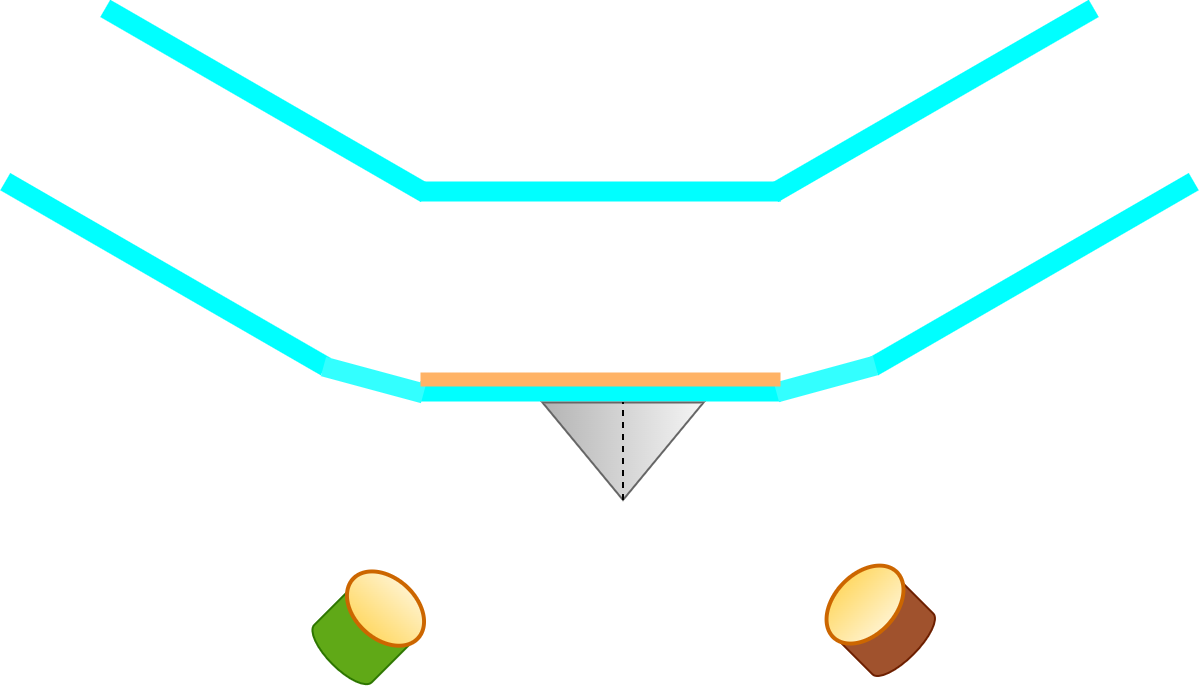
This is experiment/simulation/images/setup.png from virtual-labs/exp-protein-ligand-spr-iitkgp, a draw.io export, as it was before one commit. Source tidied: cells renumbered, new cells last; positions are measured from the earlier drawing's top-left corner, leaving out a move shared by most shapes.
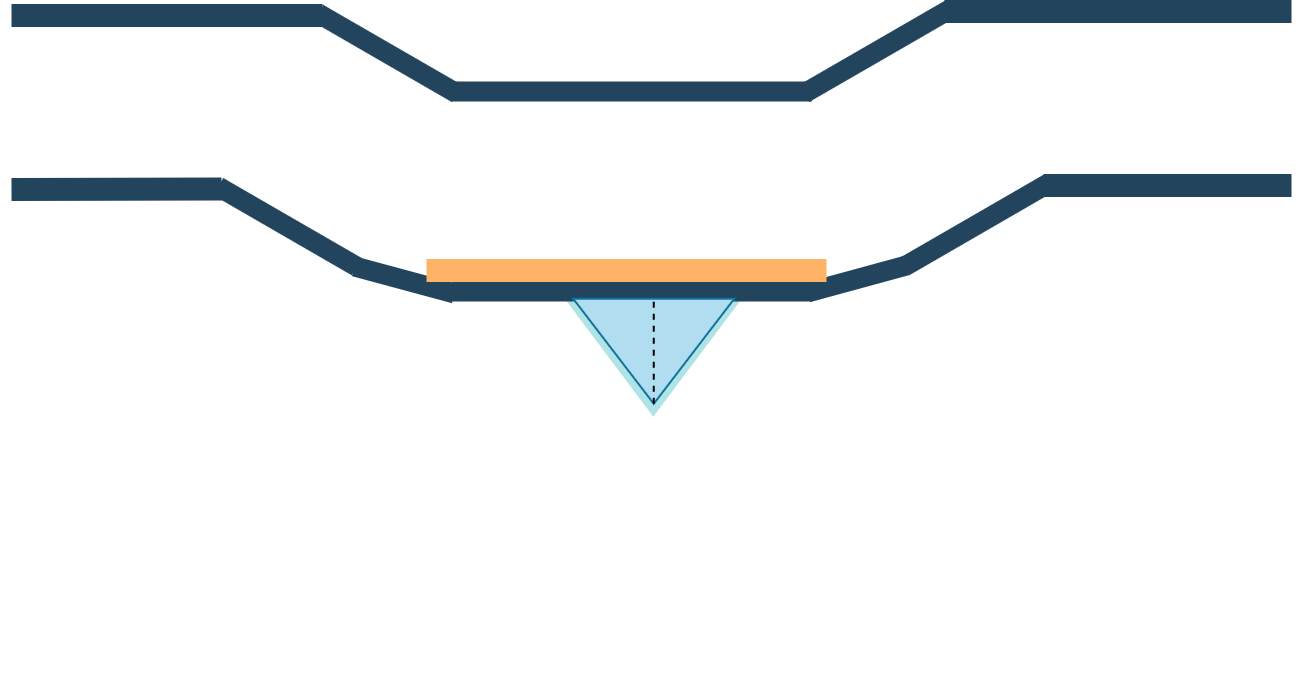
The same file after the commit.

What changed in the source:
```diff
@@ -2,56 +2,77 @@
   <root>
     <mxCell id="0" />
     <mxCell id="1" parent="0" />
+    <mxCell id="16" style="triangle;whiteSpace=wrap;html=1;rotation=90;direction=east;strokeWidth=2;fillColor=#b0e3e6;strokeColor=none;shadow=0;rounded=0;" parent="1" vertex="1">
+      <mxGeometry x="521.8" y="279.2" width="120" height="180" as="geometry" />
+    </mxCell>
-    <mxCell id="2" style="shape=partialRectangle;whiteSpace=wrap;html=1;left=0;right=0;fillColor=none;strokeWidth=20;strokeColor=#00FFFF;" parent="1" vertex="1">
+    <mxCell id="2" style="shape=partialRectangle;whiteSpace=wrap;html=1;left=0;right=0;fillColor=none;strokeWidth=20;strokeColor=#23445D;" parent="1" vertex="1">
       <mxGeometry x="390" y="104" width="340" height="200" as="geometry" />
     </mxCell>
-    <mxCell id="3" style="triangle;whiteSpace=wrap;html=1;rotation=90;direction=east;strokeWidth=2;fillColor=#f5f5f5;strokeColor=#666666;shadow=0;rounded=0;gradientColor=#B3B3B3;" parent="1" vertex="1">
-      <mxGeometry x="533.8" y="283.2" width="97.5" height="161" as="geometry" />
+    <mxCell id="3" style="triangle;whiteSpace=wrap;html=1;rotation=90;direction=east;strokeWidth=2;fillColor=#b1ddf0;strokeColor=#10739e;shadow=0;rounded=0;" parent="1" vertex="1">
+      <mxGeometry x="529.8" y="283.2" width="105" height="161" as="geometry" />
     </mxCell>
-    <mxCell id="4" style="shape=cylinder3;whiteSpace=wrap;html=1;boundedLbl=1;backgroundOutline=1;size=15;rotation=45;strokeWidth=2;fillColor=#60a917;strokeColor=#2D7600;fontColor=#ffffff;" parent="1" vertex="1">
-      <mxGeometry x="281.8" y="503" width="81.2" height="86.3" as="geometry" />
+    <mxCell id="4" style="shape=cylinder3;whiteSpace=wrap;html=1;boundedLbl=1;backgroundOutline=1;size=15;rotation=45;strokeWidth=2;fillColor=none;strokeColor=none;fontColor=#ffffff;" parent="1" vertex="1">
+      <mxGeometry x="230" y="585.4" width="81.2" height="86.3" as="geometry" />
     </mxCell>
-    <mxCell id="5" style="shape=cylinder3;whiteSpace=wrap;html=1;boundedLbl=1;backgroundOutline=1;size=15;rotation=-45;strokeWidth=2;fillColor=#a0522d;strokeColor=#6D1F00;fontColor=#ffffff;" parent="1" vertex="1">
-      <mxGeometry x="798" y="490.1" width="86" height="90" as="geometry" />
+    <mxCell id="5" style="shape=cylinder3;whiteSpace=wrap;html=1;boundedLbl=1;backgroundOutline=1;size=15;rotation=-45;strokeWidth=2;fillColor=none;strokeColor=none;fontColor=#ffffff;" parent="1" vertex="1">
+      <mxGeometry x="817.1" y="560.2" width="86" height="90" as="geometry" />
     </mxCell>
     <mxCell id="6" style="endArrow=none;html=1;rounded=0;entryX=0;entryY=0.5;entryDx=0;entryDy=0;exitX=1;exitY=0.5;exitDx=0;exitDy=0;strokeWidth=2;dashed=1;" parent="1" edge="1" source="3" target="3">
       <mxGeometry relative="1" as="geometry" />
     </mxCell>
-    <mxCell id="7" style="verticalLabelPosition=bottom;verticalAlign=top;html=1;shape=mxgraph.basic.cone;rotation=49;fillColor=none;strokeColor=none;strokeWidth=3;" parent="1" vertex="1">
-      <mxGeometry x="404.9" y="265.7" width="86.3" height="332.4" as="geometry" />
-    </mxCell>
-    <mxCell id="8" style="verticalLabelPosition=bottom;verticalAlign=top;html=1;shape=mxgraph.basic.cone;rotation=-50;fillColor=none;strokeColor=none;strokeWidth=3;" parent="1" vertex="1">
-      <mxGeometry x="674.7" y="264" width="86.3" height="332.4" as="geometry" />
-    </mxCell>
-    <mxCell id="9" style="ellipse;whiteSpace=wrap;html=1;rotation=42;fillColor=#fff2cc;strokeColor=#CC6600;gradientColor=#ffd966;strokeWidth=4;" parent="1" vertex="1">
-      <mxGeometry x="301" y="490.6" width="88" height="60.9" as="geometry" />
+    <mxCell id="9" style="ellipse;whiteSpace=wrap;html=1;rotation=42;fillColor=none;strokeColor=none;gradientColor=#ffd966;strokeWidth=4;" parent="1" vertex="1">
+      <mxGeometry x="249.2" y="573" width="88" height="60.9" as="geometry" />
     </mxCell>
-    <mxCell id="10" style="ellipse;whiteSpace=wrap;html=1;rotation=-226;fillColor=#fff2cc;strokeColor=#CC6600;gradientColor=#ffd966;strokeWidth=4;" parent="1" vertex="1">
-      <mxGeometry x="779" y="486.6" width="91" height="60.9" as="geometry" />
+    <mxCell id="10" style="ellipse;whiteSpace=wrap;html=1;rotation=-226;fillColor=none;strokeColor=none;gradientColor=#ffd966;strokeWidth=4;" parent="1" vertex="1">
+      <mxGeometry x="798" y="556.7" width="91" height="60.9" as="geometry" />
     </mxCell>
-    <mxCell id="11" style="shape=partialRectangle;whiteSpace=wrap;html=1;left=0;right=0;fillColor=none;strokeWidth=20;strokeColor=#00FFFF;rotation=30;" parent="1" vertex="1">
-      <mxGeometry width="350" height="200" as="geometry" />
+    <mxCell id="11" style="shape=partialRectangle;whiteSpace=wrap;html=1;left=0;right=0;fillColor=none;strokeWidth=20;strokeColor=#23445D;rotation=30;" parent="1" vertex="1">
+      <mxGeometry x="195.9" y="52.5" width="140" height="200" as="geometry" />
     </mxCell>
-    <mxCell id="12" style="shape=partialRectangle;whiteSpace=wrap;html=1;left=0;right=0;fillColor=none;strokeWidth=20;strokeColor=#00FFFF;rotation=-210;" parent="1" vertex="1">
-      <mxGeometry x="768" width="350" height="200" as="geometry" />
+    <mxCell id="12" style="shape=partialRectangle;whiteSpace=wrap;html=1;left=0;right=0;fillColor=none;strokeWidth=20;strokeColor=#23445D;rotation=-210;" parent="1" vertex="1">
+      <mxGeometry x="781.5" y="50.5" width="148" height="200" as="geometry" />
     </mxCell>
-    <mxCell id="13" style="endArrow=none;html=1;rounded=0;strokeWidth=20;strokeColor=#33FFFF;entryX=0;entryY=1;entryDx=0;entryDy=0;" parent="1" edge="1">
+    <mxCell id="13" style="endArrow=none;html=1;rounded=0;strokeWidth=20;strokeColor=#23445D;entryX=0;entryY=1;entryDx=0;entryDy=0;" parent="1" edge="1">
       <mxGeometry relative="1" as="geometry">
         <mxPoint x="283" y="279" as="sourcePoint" />
         <mxPoint x="383" y="306" as="targetPoint" />
       </mxGeometry>
     </mxCell>
-    <mxCell id="14" style="endArrow=none;html=1;rounded=0;strokeWidth=20;strokeColor=#33FFFF;" parent="1" edge="1">
+    <mxCell id="14" style="endArrow=none;html=1;rounded=0;strokeWidth=20;strokeColor=#23445D;" parent="1" edge="1">
       <mxGeometry relative="1" as="geometry">
         <mxPoint x="736" y="305" as="sourcePoint" />
         <mxPoint x="835" y="278" as="targetPoint" />
       </mxGeometry>
     </mxCell>
-    <mxCell id="15" style="endArrow=none;html=1;rounded=0;strokeWidth=14;strokeColor=#FFB366;" parent="1" edge="1">
+    <mxCell id="15" style="endArrow=none;html=1;rounded=0;strokeWidth=23;strokeColor=#FFB366;" parent="1" edge="1">
       <mxGeometry relative="1" as="geometry">
-        <mxPoint x="380" y="292" as="sourcePoint" />
-        <mxPoint x="740" y="292" as="targetPoint" />
+        <mxPoint x="355" y="283" as="sourcePoint" />
+        <mxPoint x="755" y="283" as="targetPoint" />
       </mxGeometry>
     </mxCell>
+    <mxCell id="17" style="endArrow=none;html=1;rounded=0;strokeWidth=23;strokeColor=#23445D;" parent="1" edge="1">
+      <mxGeometry relative="1" as="geometry">
+        <mxPoint x="-60" y="202" as="sourcePoint" />
+        <mxPoint x="150" y="201.5" as="targetPoint" />
+      </mxGeometry>
+    </mxCell>
+    <mxCell id="18" style="endArrow=none;html=1;rounded=0;strokeWidth=23;strokeColor=#23445D;" parent="1" edge="1">
+      <mxGeometry relative="1" as="geometry">
+        <mxPoint x="-60" y="28" as="sourcePoint" />
+        <mxPoint x="251" y="28" as="targetPoint" />
+      </mxGeometry>
+    </mxCell>
+    <mxCell id="19" style="endArrow=none;html=1;rounded=0;strokeWidth=23;strokeColor=#23445D;" parent="1" edge="1">
+      <mxGeometry relative="1" as="geometry">
+        <mxPoint x="873" y="24" as="sourcePoint" />
+        <mxPoint x="1220" y="24" as="targetPoint" />
+      </mxGeometry>
+    </mxCell>
+    <mxCell id="20" style="endArrow=none;html=1;rounded=0;strokeWidth=23;strokeColor=#23445D;" parent="1" edge="1">
+      <mxGeometry relative="1" as="geometry">
+        <mxPoint x="972" y="198" as="sourcePoint" />
+        <mxPoint x="1220" y="198" as="targetPoint" />
+      </mxGeometry>
+    </mxCell>
   </root>
 </mxGraphModel>
```
